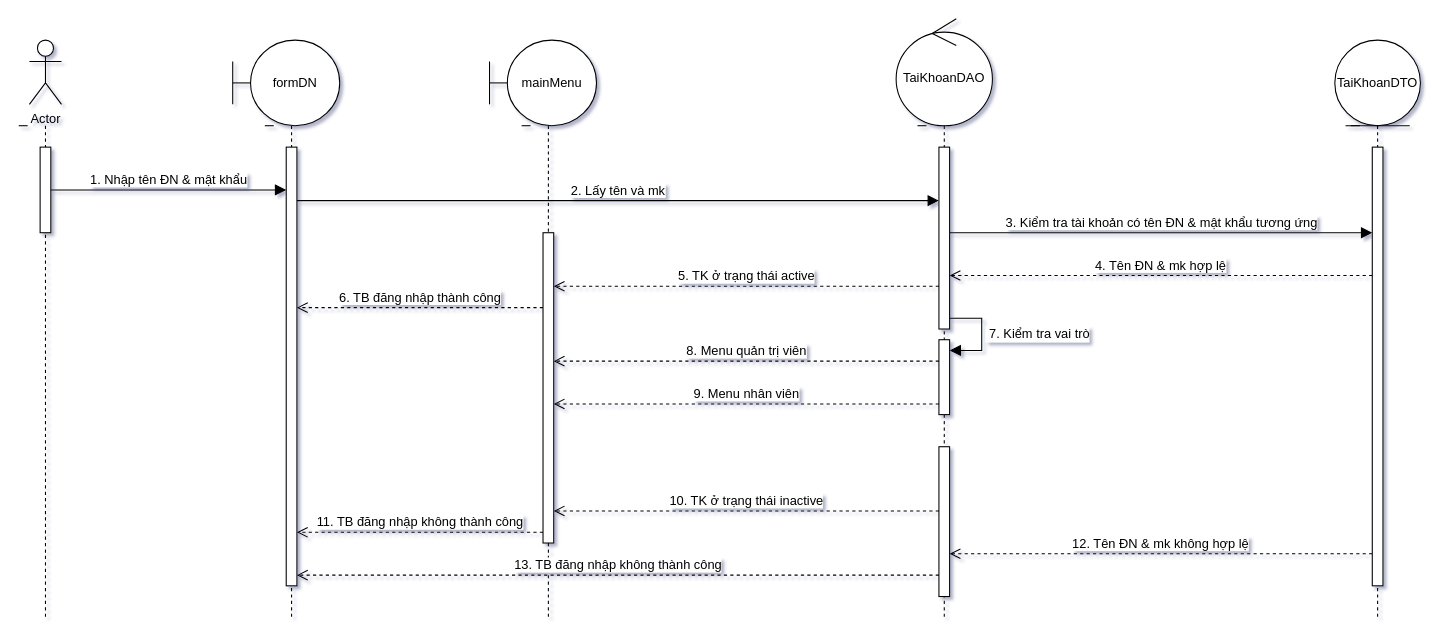
Above: docs/Sequence Diagram/Login_sequence.drawio in DZT711/QL-CuaHangTienLoi (draw.io), before the change. Source tidied: cells renumbered, new cells numbered last; positions are measured from the earlier drawing's top-left corner, leaving out a move shared by most shapes. Both pictures are drawn from the tidied source at 107%, with x=0, y=0 at pixel (18, 18).
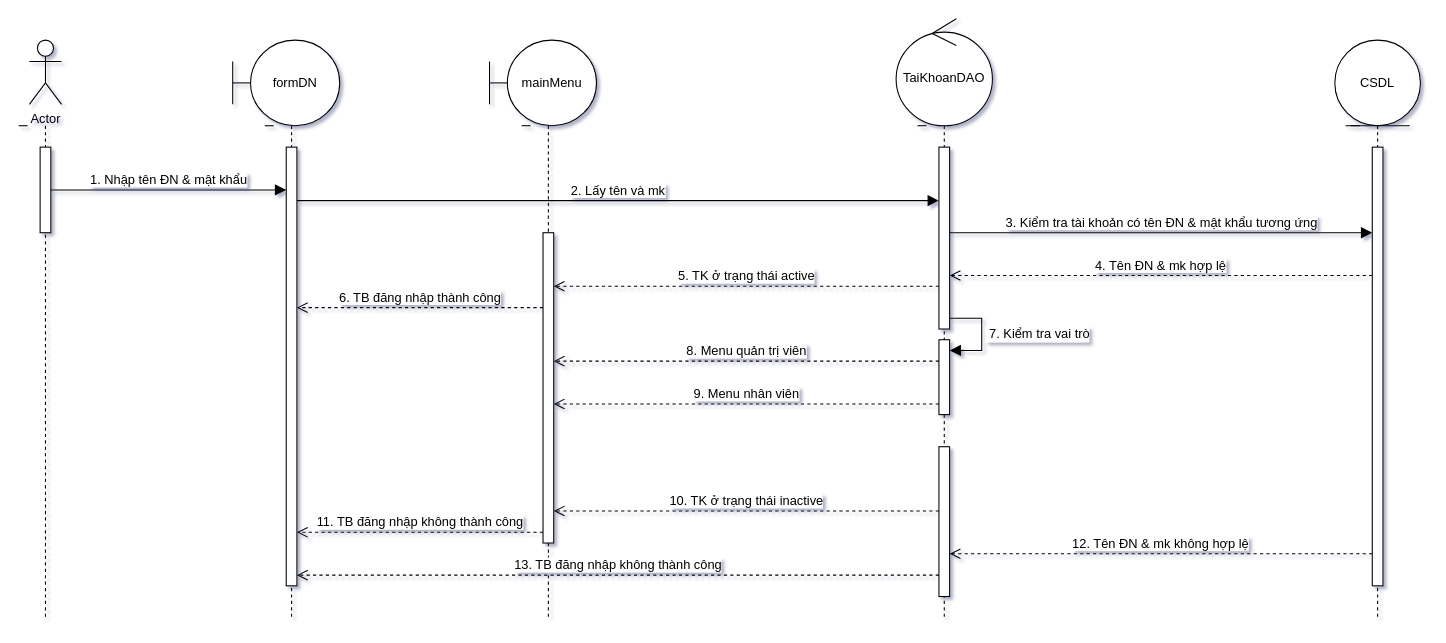
After the change.

What changed in the source:
```diff
@@
-    <mxCell id="4" value="TaiKhoanDTO" style="ellipse;shape=umlEntity;whiteSpace=wrap;html=1;" parent="1" vertex="1">
+    <mxCell id="4" value="CSDL" style="ellipse;shape=umlEntity;whiteSpace=wrap;html=1;" parent="1" vertex="1">
       <mxGeometry x="1230" y="20" width="80" height="80" as="geometry" />
     </mxCell>
```
